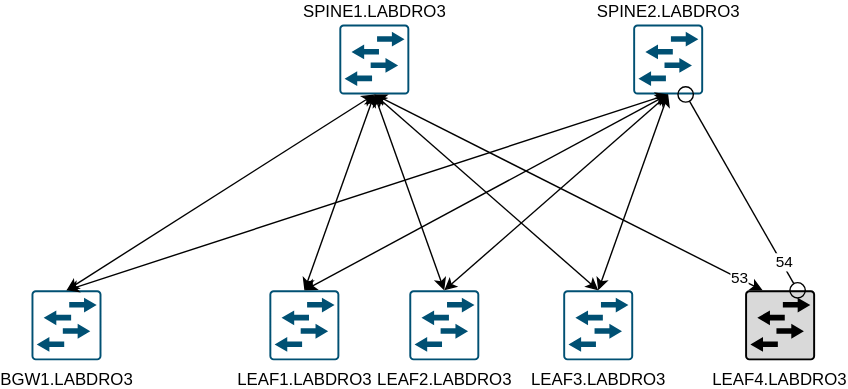
Earlier version of the draw.io export distri_lab.svg (thedenman/flow). Source tidied: cells renumbered, new cells last; positions are measured from the earlier drawing's top-left corner, leaving out a move shared by most shapes.
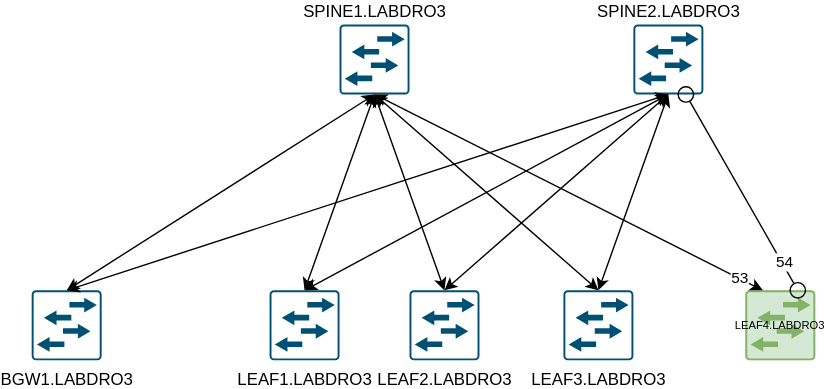
The same diagram one commit later.

What changed in the source:
```diff
@@ -23,7 +23,7 @@
       <mxGeometry x="380" y="190" width="50" height="50" as="geometry" />
     </mxCell>
     <object id="8" label="LEAF4.LABDRO3" placeholders="1">
-      <mxCell style="sketch=0;points=[[0.015,0.015,0],[0.985,0.015,0],[0.985,0.985,0],[0.015,0.985,0],[0.25,0,0],[0.5,0,0],[0.75,0,0],[1,0.25,0],[1,0.5,0],[1,0.75,0],[0.75,1,0],[0.5,1,0],[0.25,1,0],[0,0.75,0],[0,0.5,0],[0,0.25,0]];verticalLabelPosition=bottom;html=1;verticalAlign=top;align=center;shape=mxgraph.cisco19.rect;prIcon=l2_switch;fillColor=#D9D9D9;strokeColor=default;whiteSpace=wrap;" parent="1" vertex="1">
+      <mxCell style="sketch=0;points=[[0.015,0.015,0],[0.985,0.015,0],[0.985,0.985,0],[0.015,0.985,0],[0.25,0,0],[0.5,0,0],[0.75,0,0],[1,0.25,0],[1,0.5,0],[1,0.75,0],[0.75,1,0],[0.5,1,0],[0.25,1,0],[0,0.75,0],[0,0.5,0],[0,0.25,0]];verticalLabelPosition=middle;html=1;verticalAlign=middle;align=center;shape=mxgraph.cisco19.rect;prIcon=l2_switch;fillColor=#d5e8d4;strokeColor=#82b366;whiteSpace=wrap;fillStyle=auto;labelPosition=center;fontSize=8;" parent="1" vertex="1">
         <mxGeometry x="510" y="190" width="50" height="50" as="geometry" />
       </mxCell>
     </object>
```
